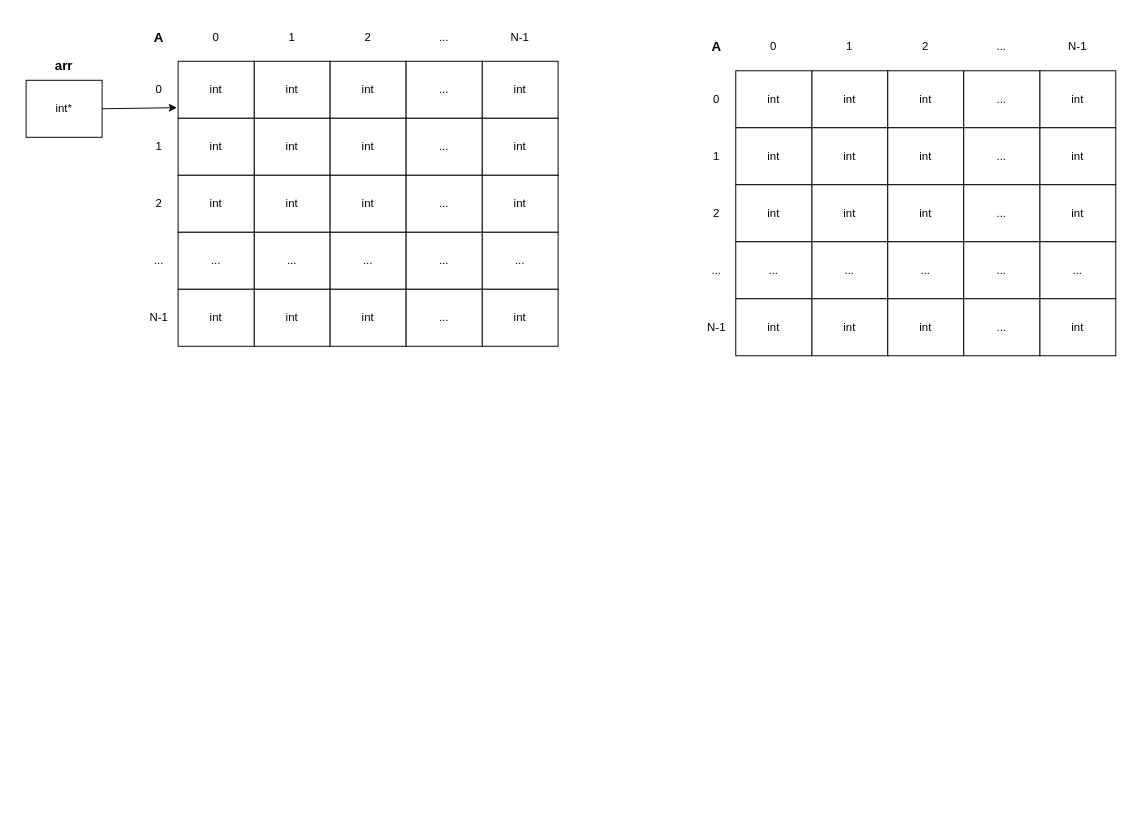
Before: c-lessons/Двумерный массив.drawio in lubarog13/codes, a draw.io diagram. Source tidied: cells renumbered, new cells numbered last; positions are measured from the earlier drawing's top-left corner, leaving out a move shared by most shapes. Both pictures are drawn from the tidied source at 95%, with x=0, y=0 at pixel (26, 23).
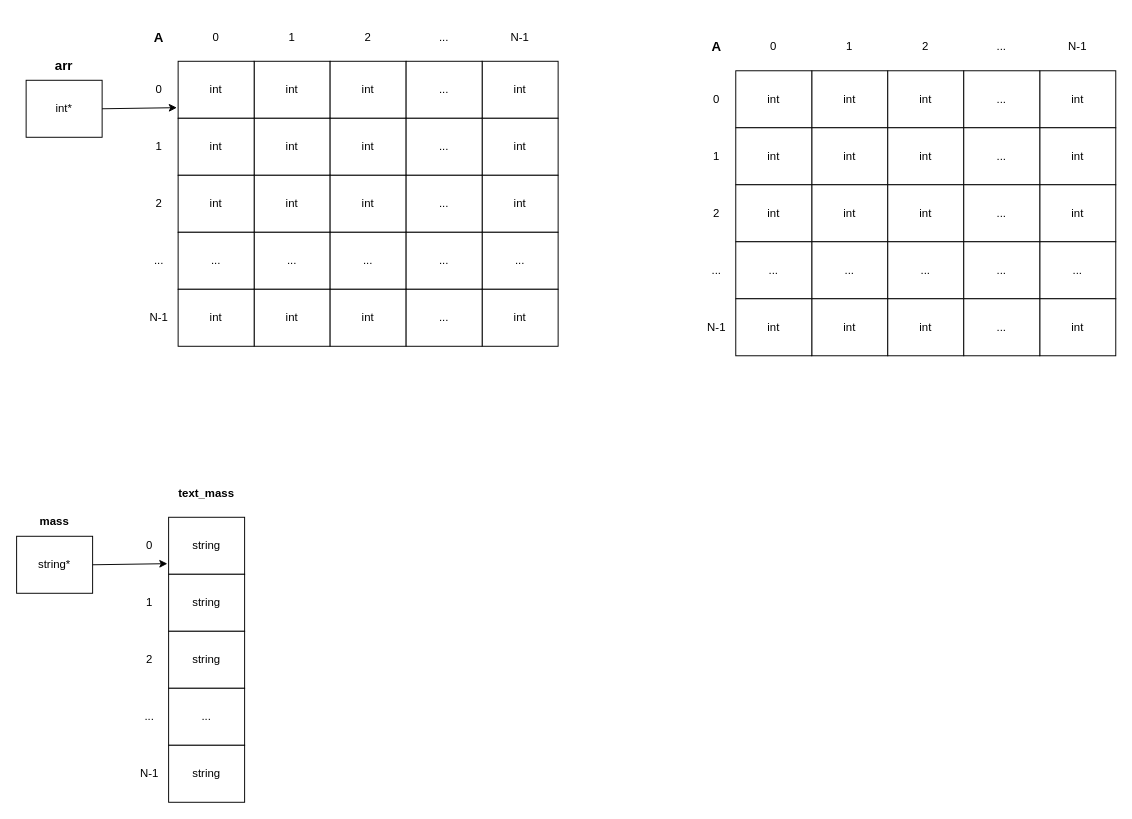
After the change.

Change to the diagram source:
```diff
@@
+    <mxCell id="77" value="string" style="rounded=0;whiteSpace=wrap;html=1;" parent="1" vertex="1">
+      <mxGeometry x="150" y="520" width="80" height="60" as="geometry" />
+    </mxCell>
+    <mxCell id="78" value="string" style="rounded=0;whiteSpace=wrap;html=1;" parent="1" vertex="1">
+      <mxGeometry x="150" y="580" width="80" height="60" as="geometry" />
+    </mxCell>
+    <mxCell id="79" value="string" style="rounded=0;whiteSpace=wrap;html=1;" parent="1" vertex="1">
+      <mxGeometry x="150" y="640" width="80" height="60" as="geometry" />
+    </mxCell>
+    <mxCell id="80" value="..." style="rounded=0;whiteSpace=wrap;html=1;" parent="1" vertex="1">
+      <mxGeometry x="150" y="700" width="80" height="60" as="geometry" />
+    </mxCell>
+    <mxCell id="81" value="string" style="rounded=0;whiteSpace=wrap;html=1;" parent="1" vertex="1">
+      <mxGeometry x="150" y="760" width="80" height="60" as="geometry" />
+    </mxCell>
+    <mxCell id="82" value="0" style="text;html=1;strokeColor=none;fillColor=none;align=center;verticalAlign=middle;whiteSpace=wrap;rounded=0;" parent="1" vertex="1">
+      <mxGeometry x="100" y="535" width="60" height="30" as="geometry" />
+    </mxCell>
+    <mxCell id="83" value="1" style="text;html=1;strokeColor=none;fillColor=none;align=center;verticalAlign=middle;whiteSpace=wrap;rounded=0;" parent="1" vertex="1">
+      <mxGeometry x="100" y="595" width="60" height="30" as="geometry" />
+    </mxCell>
+    <mxCell id="84" value="2" style="text;html=1;strokeColor=none;fillColor=none;align=center;verticalAlign=middle;whiteSpace=wrap;rounded=0;" parent="1" vertex="1">
+      <mxGeometry x="100" y="655" width="60" height="30" as="geometry" />
+    </mxCell>
+    <mxCell id="85" value="..." style="text;html=1;strokeColor=none;fillColor=none;align=center;verticalAlign=middle;whiteSpace=wrap;rounded=0;" parent="1" vertex="1">
+      <mxGeometry x="100" y="715" width="60" height="30" as="geometry" />
+    </mxCell>
+    <mxCell id="86" value="N-1" style="text;html=1;strokeColor=none;fillColor=none;align=center;verticalAlign=middle;whiteSpace=wrap;rounded=0;" parent="1" vertex="1">
+      <mxGeometry x="100" y="775" width="60" height="30" as="geometry" />
+    </mxCell>
+    <mxCell id="87" value="text_mass" style="text;html=1;strokeColor=none;fillColor=none;align=center;verticalAlign=middle;whiteSpace=wrap;rounded=0;fontStyle=1;" parent="1" vertex="1">
+      <mxGeometry x="160" y="480" width="60" height="30" as="geometry" />
+    </mxCell>
+    <mxCell id="88" value="string*" style="rounded=0;whiteSpace=wrap;html=1;" parent="1" vertex="1">
+      <mxGeometry x="-10" y="540" width="80" height="60" as="geometry" />
+    </mxCell>
+    <mxCell id="89" value="&lt;b&gt;mass&lt;/b&gt;" style="text;html=1;strokeColor=none;fillColor=none;align=center;verticalAlign=middle;whiteSpace=wrap;rounded=0;" parent="1" vertex="1">
+      <mxGeometry y="510" width="60" height="30" as="geometry" />
+    </mxCell>
+    <mxCell id="90" style="endArrow=classic;html=1;rounded=0;exitX=1;exitY=0.5;exitDx=0;exitDy=0;entryX=-0.016;entryY=0.814;entryDx=0;entryDy=0;entryPerimeter=0;" parent="1" edge="1" source="88" target="77">
+      <mxGeometry relative="1" as="geometry" />
+    </mxCell>
```
